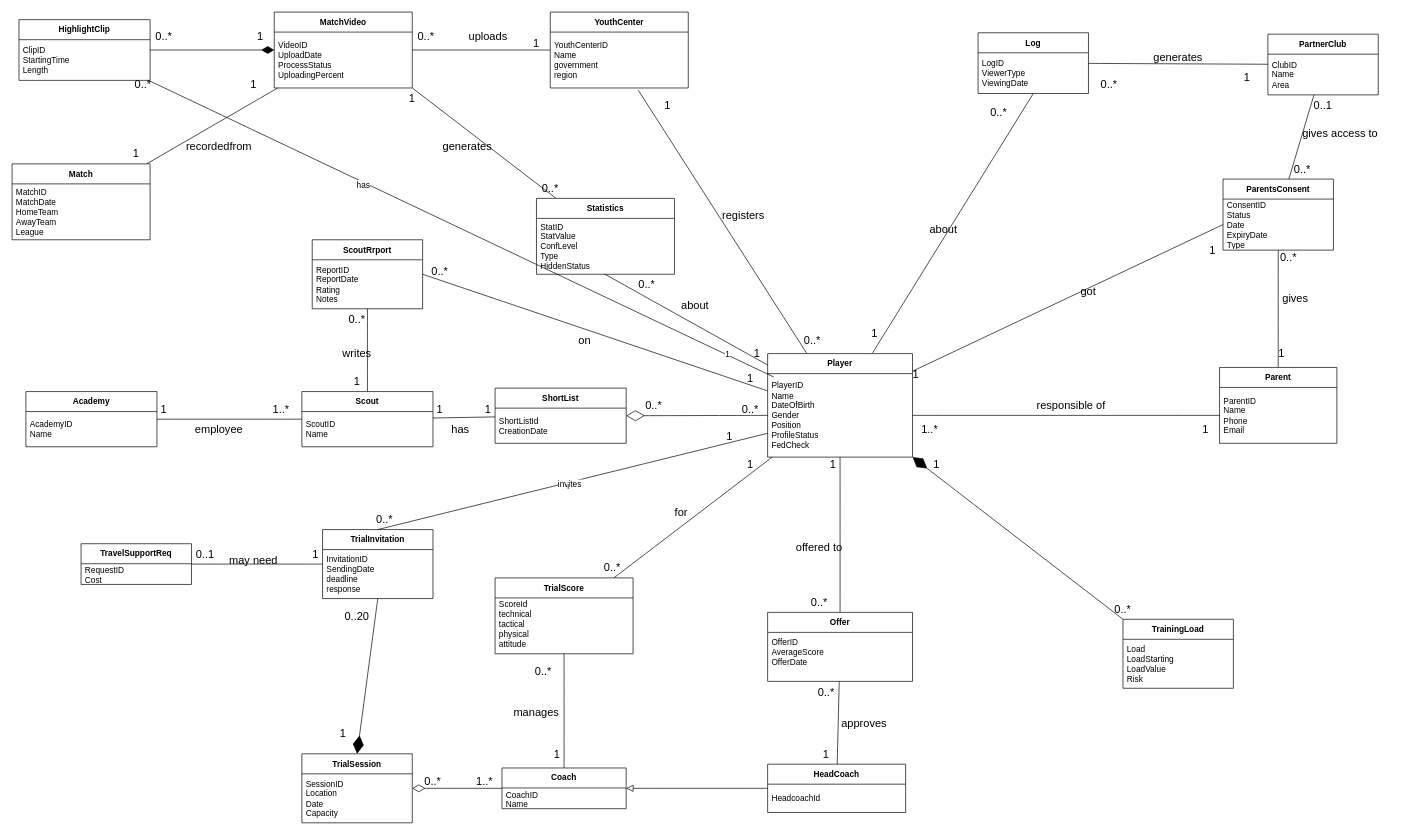
The draw.io diagram Deliverable_3/DomainClass.drawio in mohamedredasafan1/SWD-Project, before the edit. Source tidied: cells renumbered, new cells numbered last; positions are measured from the earlier drawing's top-left corner, leaving out a move shared by most shapes. Both pictures are drawn from the tidied source at 69%, with x=0, y=0 at pixel (12, 12).
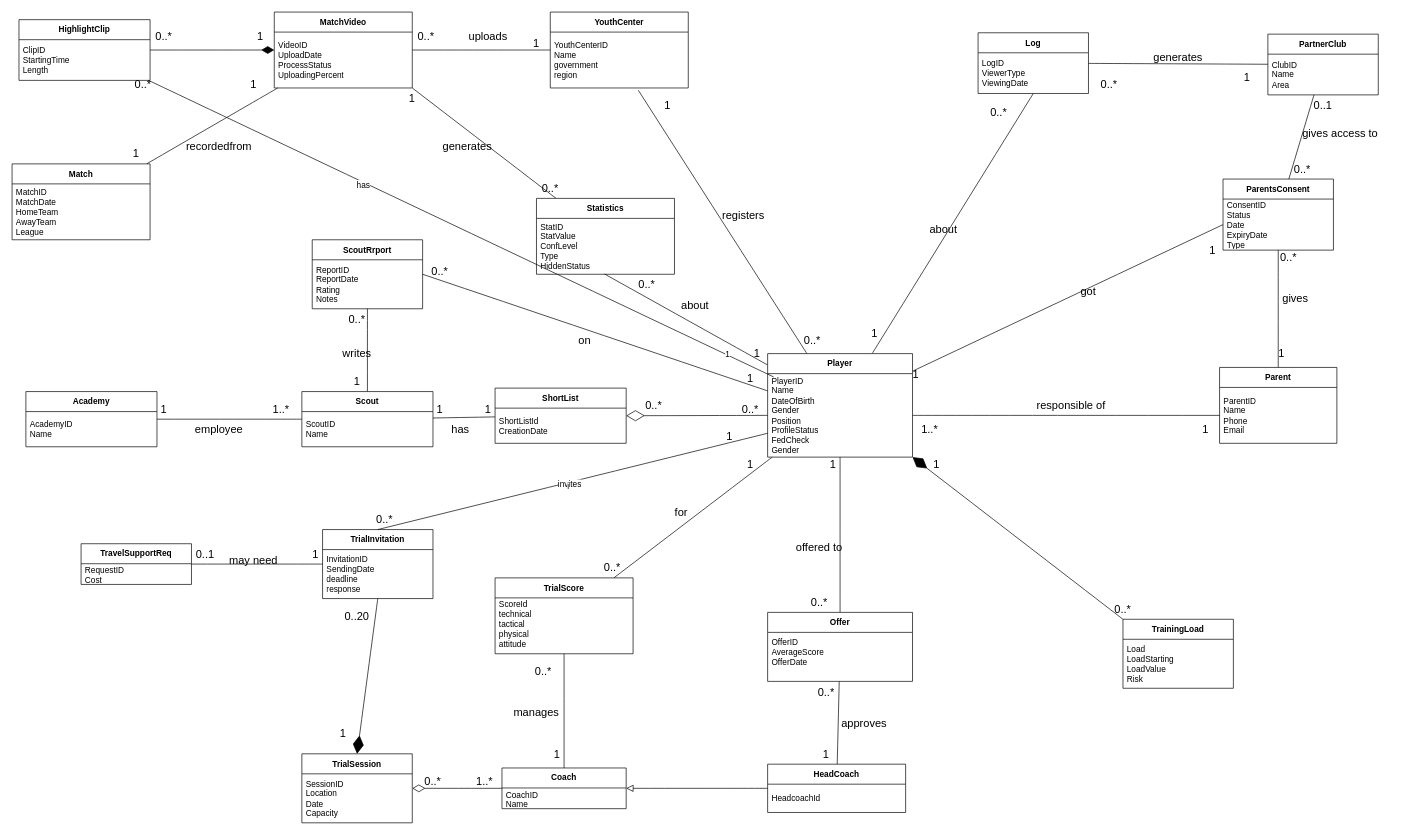
After the change.

Commit message:
updated class diagram (gender on player)

The change refers to these unchanged cells:
```xml
<mxCell id="7" value="Player" style="swimlane;fontStyle=1;align=center;verticalAlign=middle;horizontal=1;startSize=29;html=1;whiteSpace=wrap;" parent="1" vertex="1">
  <mxGeometry x="1095" y="495" width="210" height="150" as="geometry" />
</mxCell>
```

Diff of the diagram source:
```diff
@@
-    <mxCell id="8" value="PlayerID&lt;div&gt;Name&lt;/div&gt;&lt;div&gt;DateOfBirth&lt;/div&gt;&lt;div&gt;Gender&lt;/div&gt;&lt;div&gt;Position&amp;nbsp;&lt;/div&gt;&lt;div&gt;ProfileStatus&lt;/div&gt;&lt;div&gt;FedCheck&lt;/div&gt;" style="text;html=1;strokeColor=none;fillColor=none;align=left;verticalAlign=middle;spacingLeft=4;spacingRight=4;overflow=hidden;points=[[0,0.5],[1,0.5]];portConstraint=eastwest;whiteSpace=wrap;" parent="7" vertex="1">
+    <mxCell id="8" value="PlayerID&lt;div&gt;Name&lt;/div&gt;&lt;div&gt;DateOfBirth&lt;/div&gt;&lt;div&gt;Gender&lt;/div&gt;&lt;div&gt;Position&amp;nbsp;&lt;/div&gt;&lt;div&gt;ProfileStatus&lt;/div&gt;&lt;div&gt;FedCheck&lt;/div&gt;&lt;div&gt;Gender&lt;/div&gt;" style="text;html=1;strokeColor=none;fillColor=none;align=left;verticalAlign=middle;spacingLeft=4;spacingRight=4;overflow=hidden;points=[[0,0.5],[1,0.5]];portConstraint=eastwest;whiteSpace=wrap;" parent="7" vertex="1">
       <mxGeometry y="29" width="210" height="121" as="geometry" />
     </mxCell>
```
